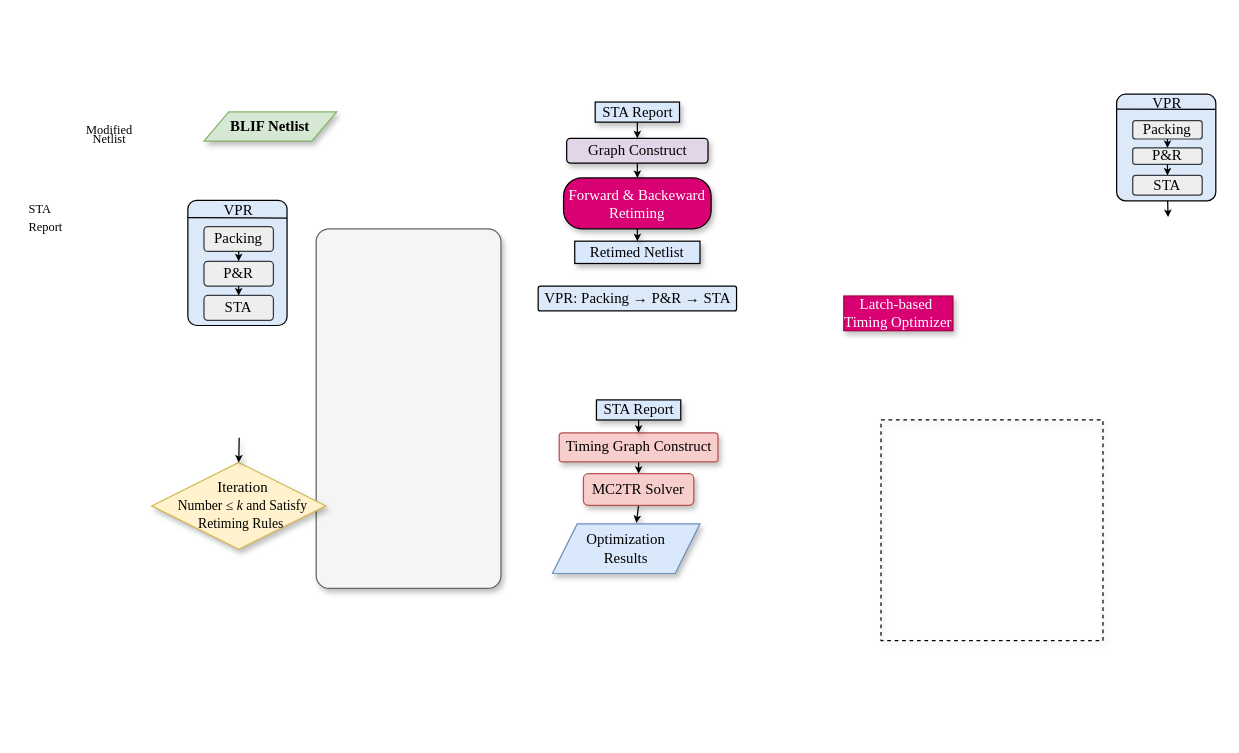
Earlier version of the draw.io diagram TIRK.drawio (kxzhu0505/TIRL). Source tidied: cells renumbered, new cells numbered last; positions are measured from the earlier drawing's top-left corner, leaving out a move shared by most shapes. Both pictures are drawn from the tidied source at 124%, with x=0, y=0 at pixel (26, 84).
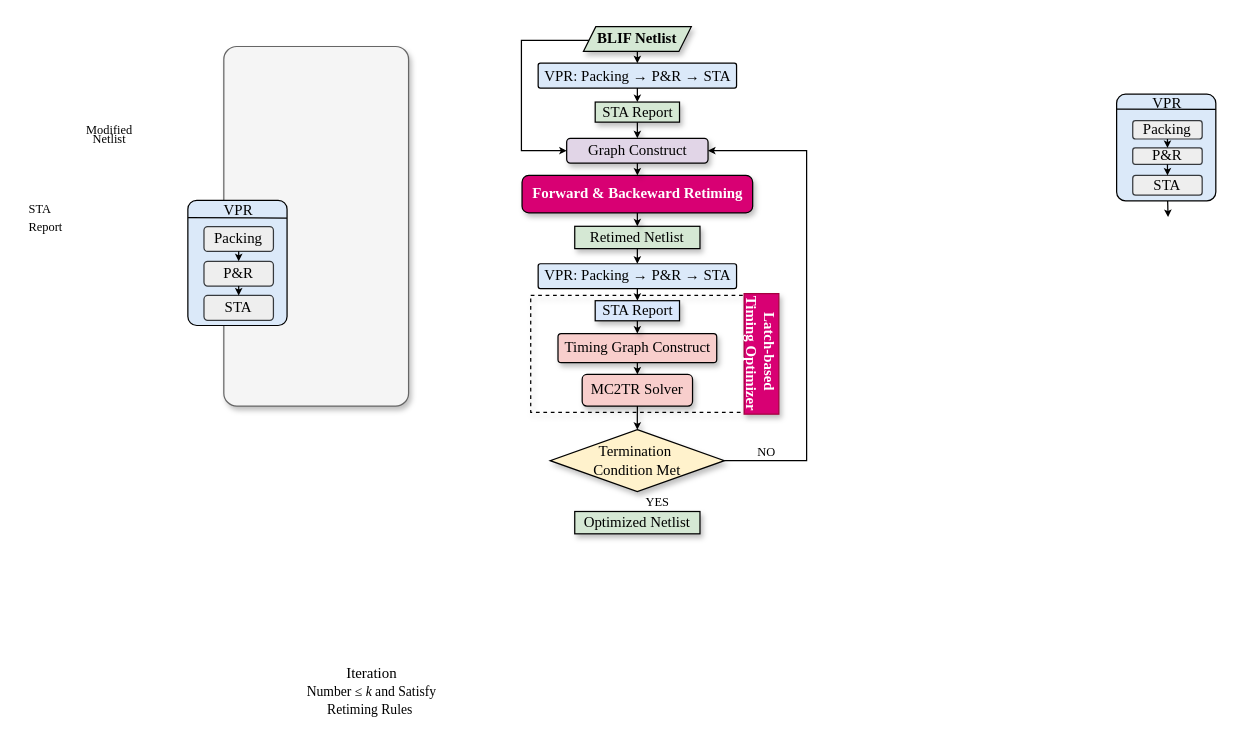
The same diagram, later.

Unchanged cells that the change refers to:
```xml
<mxCell id="15" value="Graph Construct" style="rounded=1;whiteSpace=wrap;html=1;fillColor=#e1d5e7;strokeColor=#000000;fillStyle=auto;strokeWidth=1;fontFamily=Times New Roman;shadow=1;" parent="1" vertex="1">
  <mxGeometry x="435.5" y="43" width="114" height="20" as="geometry" />
</mxCell>
```

What changed in the source:
```diff
@@
     <mxCell id="2" style="rounded=0;whiteSpace=wrap;html=1;fillColor=none;strokeWidth=1;fontFamily=Times New Roman;shadow=1;dashed=1;" parent="1" vertex="1">
-      <mxGeometry x="689" y="270.2" width="179" height="178" as="geometry" />
+      <mxGeometry x="406.5" y="169.8" width="172.5" height="94.2" as="geometry" />
     </mxCell>
-    <mxCell id="3" style="rounded=0;jettySize=auto;html=1;strokeWidth=1;fontFamily=Times New Roman;endSize=3;shadow=1;exitX=0.5;exitY=1;exitDx=0;exitDy=0;entryX=0.569;entryY=-0.019;entryDx=0;entryDy=0;entryPerimeter=0;" parent="1" edge="1" source="7" target="8">
+    <mxCell id="3" style="rounded=0;jettySize=auto;html=1;strokeWidth=1;fontFamily=Times New Roman;endSize=3;shadow=1;exitX=0.5;exitY=1;exitDx=0;exitDy=0;entryX=0.5;entryY=0;entryDx=0;entryDy=0;" parent="1" edge="1" source="7" target="28">
       <mxGeometry relative="1" as="geometry" />
     </mxCell>
+    <mxCell id="43" style="rounded=0;jettySize=auto;html=1;entryX=0.5;entryY=0;entryDx=0;entryDy=0;endSize=3;" parent="1" edge="1" source="4" target="49">
+      <mxGeometry relative="1" as="geometry" />
+    </mxCell>
+    <mxCell id="44" style="edgeStyle=orthogonalEdgeStyle;rounded=0;jettySize=auto;html=1;entryX=0;entryY=0.5;entryDx=0;entryDy=0;endSize=3;" parent="1" edge="1" source="4" target="15">
+      <mxGeometry relative="1" as="geometry">
+        <Array as="points">
+          <mxPoint x="399" y="-36" />
+          <mxPoint x="399" y="53" />
+        </Array>
+      </mxGeometry>
+    </mxCell>
-    <mxCell id="4" value="&lt;font&gt;&lt;b&gt;BLIF Netlist&lt;/b&gt;&lt;/font&gt;" style="shape=parallelogram;perimeter=parallelogramPerimeter;whiteSpace=wrap;html=1;fixedSize=1;fillColor=#d5e8d4;strokeColor=#82b366;strokeWidth=1;fontFamily=Times New Roman;shadow=1;" parent="1" vertex="1">
-      <mxGeometry x="143" y="21.8" width="107" height="23.5" as="geometry" />
+    <mxCell id="4" value="&lt;font&gt;&lt;b&gt;BLIF Netlist&lt;/b&gt;&lt;/font&gt;" style="shape=parallelogram;perimeter=parallelogramPerimeter;whiteSpace=wrap;html=1;fixedSize=1;fillColor=#d5e8d4;strokeColor=light-dark(#000000, #446e2c);strokeWidth=1;fontFamily=Times New Roman;shadow=1;size=10;" parent="1" vertex="1">
+      <mxGeometry x="449" y="-47" width="87" height="20" as="geometry" />
     </mxCell>
@@
-    <mxCell id="6" value="&lt;span style=&quot;text-wrap-mode: nowrap;&quot;&gt;Timing Graph Construct&lt;/span&gt;" style="rounded=1;whiteSpace=wrap;html=1;fillColor=#f8cecc;strokeColor=#b85450;strokeWidth=1;fontFamily=Times New Roman;shadow=1;arcSize=11;" parent="1" vertex="1">
-      <mxGeometry x="429.5" y="280.5" width="128" height="23.5" as="geometry" />
+    <mxCell id="6" value="&lt;span style=&quot;text-wrap-mode: nowrap;&quot;&gt;Timing Graph Construct&lt;/span&gt;" style="rounded=1;whiteSpace=wrap;html=1;fillColor=#f8cecc;strokeColor=#000000;strokeWidth=1;fontFamily=Times New Roman;shadow=1;arcSize=11;" parent="1" vertex="1">
+      <mxGeometry x="428.5" y="200.5" width="128" height="23.5" as="geometry" />
     </mxCell>
-    <mxCell id="7" value="&lt;font&gt;MC2TR Solver&lt;/font&gt;" style="rounded=1;whiteSpace=wrap;html=1;fillColor=#f8cecc;strokeColor=#b85450;strokeWidth=1;fontFamily=Times New Roman;shadow=1;" parent="1" vertex="1">
-      <mxGeometry x="449" y="313.5" width="89" height="25.5" as="geometry" />
+    <mxCell id="7" value="MC2TR Solver" style="rounded=1;whiteSpace=wrap;html=1;fillColor=#f8cecc;strokeColor=#000000;strokeWidth=1;fontFamily=Times New Roman;shadow=1;" parent="1" vertex="1">
+      <mxGeometry x="448" y="233.5" width="89" height="25.5" as="geometry" />
     </mxCell>
-    <mxCell id="8" value="&lt;font&gt;Optimization &lt;br&gt;Results&lt;/font&gt;" style="shape=parallelogram;perimeter=parallelogramPerimeter;whiteSpace=wrap;html=1;fixedSize=1;fillColor=#dae8fc;strokeColor=#6c8ebf;strokeWidth=1;fontFamily=Times New Roman;shadow=1;" parent="1" vertex="1">
-      <mxGeometry x="424" y="354" width="119" height="40" as="geometry" />
-    </mxCell>
     <mxCell id="9" style="rounded=1;whiteSpace=wrap;html=1;fillColor=#f5f5f5;strokeColor=#666666;strokeWidth=1;fontFamily=Times New Roman;fontColor=#333333;shadow=1;arcSize=7;" parent="1" vertex="1">
-      <mxGeometry x="233.5" y="116" width="149" height="290" as="geometry" />
+      <mxGeometry x="159" y="-31" width="149" height="290" as="geometry" />
     </mxCell>
@@
-    <mxCell id="11" value="&lt;font&gt;STA Report&lt;/font&gt;" style="rounded=0;whiteSpace=wrap;html=1;fillColor=#dae8fc;strokeColor=#000000;strokeWidth=1;fontFamily=Times New Roman;shadow=1;" parent="1" vertex="1">
+    <mxCell id="11" value="&lt;font&gt;STA Report&lt;/font&gt;" style="rounded=0;whiteSpace=wrap;html=1;fillColor=light-dark(#d5e8d4, #1d293b);strokeColor=#000000;strokeWidth=1;fontFamily=Times New Roman;shadow=1;" parent="1" vertex="1">
       <mxGeometry x="458.5" y="13.8" width="68" height="16.2" as="geometry" />
     </mxCell>
@@
-    <mxCell id="13" value="&lt;font&gt;Forward &amp;amp; Backeward Retiming&lt;/font&gt;" style="rounded=1;whiteSpace=wrap;html=1;fillColor=#d80073;strokeColor=#000000;arcSize=36;strokeWidth=1;fontFamily=Times New Roman;fontColor=#ffffff;shadow=1;" parent="1" vertex="1">
-      <mxGeometry x="433" y="75" width="119" height="41" as="geometry" />
+    <mxCell id="13" value="&lt;font&gt;&lt;b&gt;Forward &amp;amp; Backeward Retiming&lt;/b&gt;&lt;/font&gt;" style="rounded=1;whiteSpace=wrap;html=1;fillColor=#d80073;strokeColor=#000000;arcSize=18;strokeWidth=1;fontFamily=Times New Roman;fontColor=#ffffff;shadow=1;" parent="1" vertex="1">
+      <mxGeometry x="399.5" y="73" width="186" height="30.2" as="geometry" />
     </mxCell>
+    <mxCell id="45" style="rounded=0;jettySize=auto;html=1;entryX=0.5;entryY=0;entryDx=0;entryDy=0;endSize=3;" parent="1" edge="1" source="14" target="42">
+      <mxGeometry relative="1" as="geometry" />
+    </mxCell>
-    <mxCell id="14" value="&lt;font&gt;Retimed Netlist&lt;/font&gt;" style="rounded=0;whiteSpace=wrap;html=1;fillColor=#dae8fc;strokeColor=light-dark(#000000, #5c79a3);strokeWidth=1;fontFamily=Times New Roman;shadow=1;" parent="1" vertex="1">
-      <mxGeometry x="442" y="126" width="101" height="18" as="geometry" />
+    <mxCell id="14" value="&lt;font&gt;Retimed Netlist&lt;/font&gt;" style="rounded=0;whiteSpace=wrap;html=1;fillColor=light-dark(#d5e8d4, #1d293b);strokeColor=light-dark(#000000,#5C79A3);strokeWidth=1;fontFamily=Times New Roman;shadow=1;" parent="1" vertex="1">
+      <mxGeometry x="442" y="114" width="101" height="18" as="geometry" />
     </mxCell>
@@
-    <mxCell id="25" value="&lt;font&gt;Latch-based&amp;nbsp;&lt;/font&gt;&lt;div&gt;&lt;font&gt;Timing&amp;nbsp;&lt;/font&gt;&lt;span style=&quot;background-color: initial;&quot;&gt;Optimizer&lt;/span&gt;&lt;/div&gt;" style="rounded=0;whiteSpace=wrap;html=1;fillColor=#d80073;strokeColor=#A50040;arcSize=36;strokeWidth=1;fontFamily=Times New Roman;fontColor=#ffffff;shadow=1;" parent="1" vertex="1">
-      <mxGeometry x="659" y="170.2" width="88" height="28" as="geometry" />
+    <mxCell id="25" value="&lt;font&gt;&lt;b&gt;Latch-based&amp;nbsp;&lt;/b&gt;&lt;/font&gt;&lt;div&gt;&lt;b&gt;&lt;font&gt;Timing&amp;nbsp;&lt;/font&gt;&lt;span style=&quot;background-color: initial;&quot;&gt;Optimizer&lt;/span&gt;&lt;/b&gt;&lt;/div&gt;" style="rounded=0;whiteSpace=wrap;html=1;fillColor=#d80073;strokeColor=#A50040;arcSize=36;strokeWidth=1;fontFamily=Times New Roman;fontColor=#ffffff;shadow=1;rotation=90;" parent="1" vertex="1">
+      <mxGeometry x="544" y="202.9" width="97.2" height="28" as="geometry" />
     </mxCell>
@@
+    <mxCell id="46" style="edgeStyle=orthogonalEdgeStyle;rounded=0;jettySize=auto;html=1;entryX=1;entryY=0.5;entryDx=0;entryDy=0;endSize=3;" parent="1" edge="1" source="28" target="15">
+      <mxGeometry relative="1" as="geometry">
+        <Array as="points">
+          <mxPoint x="629" y="303" />
+          <mxPoint x="629" y="53" />
+        </Array>
+      </mxGeometry>
+    </mxCell>
-    <mxCell id="28" style="rhombus;whiteSpace=wrap;html=1;fillColor=#fff2cc;strokeColor=#d6b656;strokeWidth=1;fontFamily=Times New Roman;shadow=1;" parent="1" vertex="1">
-      <mxGeometry x="100.8" y="304.5" width="140.5" height="70" as="geometry" />
+    <mxCell id="28" value="Termination&amp;nbsp;&lt;div&gt;Condition Met&lt;/div&gt;" style="rhombus;whiteSpace=wrap;html=1;fillColor=#fff2cc;strokeColor=#000000;strokeWidth=1;fontFamily=Times New Roman;shadow=1;" parent="1" vertex="1">
+      <mxGeometry x="422.2" y="278" width="140.5" height="50" as="geometry" />
     </mxCell>
     <mxCell id="29" value="&lt;font&gt;Iteration&lt;br style=&quot;border-color: var(--border-color); font-size: 11px;&quot;&gt;&lt;span style=&quot;font-size: 11px;&quot;&gt;Number ≤&amp;nbsp;&lt;/span&gt;&lt;i style=&quot;border-color: var(--border-color); font-size: 11px;&quot;&gt;k&amp;nbsp;&lt;/i&gt;&lt;span style=&quot;font-size: 11px;&quot;&gt;and Satisfy Retiming Rules&amp;nbsp;&lt;/span&gt;&lt;/font&gt;" style="text;html=1;strokeColor=none;fillColor=none;align=center;verticalAlign=middle;whiteSpace=wrap;rounded=0;fontFamily=Times New Roman;shadow=1;strokeWidth=1;" parent="1" vertex="1">
-      <mxGeometry x="114.5" y="313.5" width="119" height="50" as="geometry" />
+      <mxGeometry x="219" y="464" width="119" height="50" as="geometry" />
     </mxCell>
-    <mxCell id="30" style="endArrow=classic;html=1;rounded=0;exitX=0.5;exitY=1;exitDx=0;exitDy=0;strokeWidth=1;fontFamily=Times New Roman;endSize=3;entryX=0.5;entryY=0;entryDx=0;entryDy=0;shadow=1;" parent="1" edge="1" target="28">
-      <mxGeometry relative="1" as="geometry">
-        <mxPoint x="171.4" y="284.5" as="sourcePoint" />
-      </mxGeometry>
-    </mxCell>
@@
     <mxCell id="32" value="&lt;font&gt;STA Report&lt;/font&gt;" style="rounded=0;whiteSpace=wrap;html=1;fillColor=#dae8fc;strokeColor=#000000;strokeWidth=1;fontFamily=Times New Roman;shadow=1;" parent="1" vertex="1">
-      <mxGeometry x="459.5" y="254" width="68" height="16.2" as="geometry" />
+      <mxGeometry x="458.5" y="174" width="68" height="16.2" as="geometry" />
     </mxCell>
@@
+    <mxCell id="47" style="rounded=0;jettySize=auto;html=1;entryX=0.5;entryY=0;entryDx=0;entryDy=0;endSize=3;" parent="1" edge="1" source="42" target="32">
+      <mxGeometry relative="1" as="geometry" />
+    </mxCell>
     <mxCell id="42" value="VPR: Packing → P&amp;amp;R → STA" style="rounded=1;whiteSpace=wrap;html=1;strokeWidth=1;fontFamily=Times New Roman;shadow=0;fillColor=#DBE9F9;arcSize=9;" parent="1" vertex="1">
-      <mxGeometry x="412.5" y="162.2" width="160" height="20" as="geometry" />
+      <mxGeometry x="412.5" y="144.2" width="160" height="20" as="geometry" />
     </mxCell>
+    <mxCell id="48" style="rounded=0;jettySize=auto;html=1;entryX=0.5;entryY=0;entryDx=0;entryDy=0;endSize=3;" parent="1" edge="1" source="49" target="11">
+      <mxGeometry relative="1" as="geometry" />
+    </mxCell>
+    <mxCell id="49" value="VPR: Packing → P&amp;amp;R → STA" style="rounded=1;whiteSpace=wrap;html=1;strokeWidth=1;fontFamily=Times New Roman;shadow=0;fillColor=#DBE9F9;arcSize=9;" parent="1" vertex="1">
+      <mxGeometry x="412.5" y="-17.5" width="160" height="20" as="geometry" />
+    </mxCell>
+    <mxCell id="50" value="&lt;p style=&quot;line-height: 60%;&quot;&gt;&lt;span style=&quot;color: rgb(0, 0, 0); font-family: &amp;quot;Times New Roman&amp;quot;; font-style: normal; font-variant-ligatures: normal; font-variant-caps: normal; font-weight: 400; letter-spacing: normal; orphans: 2; text-indent: 0px; text-transform: none; widows: 2; word-spacing: 0px; -webkit-text-stroke-width: 0px; white-space: normal; text-decoration-thickness: initial; text-decoration-style: initial; text-decoration-color: initial; float: none; display: inline !important;&quot;&gt;&lt;font style=&quot;font-size: 10px;&quot;&gt;NO&lt;/font&gt;&lt;/span&gt;&lt;/p&gt;" style="text;whiteSpace=wrap;html=1;align=center;shadow=1;strokeWidth=1;" parent="1" vertex="1">
+      <mxGeometry x="579" y="274" width="36" height="31.5" as="geometry" />
+    </mxCell>
+    <mxCell id="51" value="&lt;p style=&quot;line-height: 60%;&quot;&gt;&lt;span style=&quot;color: rgb(0, 0, 0); font-family: &amp;quot;Times New Roman&amp;quot;; font-style: normal; font-variant-ligatures: normal; font-variant-caps: normal; font-weight: 400; letter-spacing: normal; orphans: 2; text-indent: 0px; text-transform: none; widows: 2; word-spacing: 0px; -webkit-text-stroke-width: 0px; white-space: normal; text-decoration-thickness: initial; text-decoration-style: initial; text-decoration-color: initial; float: none; display: inline !important;&quot;&gt;&lt;font style=&quot;font-size: 10px;&quot;&gt;YES&lt;/font&gt;&lt;/span&gt;&lt;/p&gt;" style="text;whiteSpace=wrap;html=1;align=center;shadow=1;strokeWidth=1;" parent="1" vertex="1">
+      <mxGeometry x="490.5" y="314" width="36" height="31.5" as="geometry" />
+    </mxCell>
+    <mxCell id="52" value="Optimized Netlist" style="rounded=0;whiteSpace=wrap;html=1;fillColor=light-dark(#d5e8d4, #1d293b);strokeColor=light-dark(#000000,#5C79A3);strokeWidth=1;fontFamily=Times New Roman;shadow=1;" parent="1" vertex="1">
+      <mxGeometry x="442" y="344" width="101" height="18" as="geometry" />
+    </mxCell>
```
